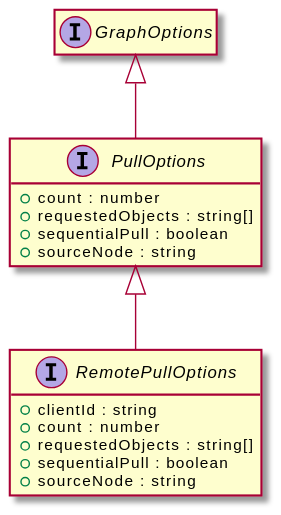
The PlantUML diagram assets/PullOptions-umlClassDiagram-1.svg in OpenHPS/openhps-core, before a commit. Source of this version:
```plantuml
@startuml
skinparam BackgroundColor transparent
hide empty methods
hide empty fields
interface "PullOptions" {
    +count : number
    +requestedObjects : string[]
    +sequentialPull : boolean
    +sourceNode : string
}
interface "GraphOptions" {
}
"GraphOptions" <|-- "PullOptions"
interface "RemotePullOptions" {
    +clientId : string
    +count : number
    +requestedObjects : string[]
    +sequentialPull : boolean
    +sourceNode : string
}
"PullOptions" <|-- "RemotePullOptions"
@enduml
```
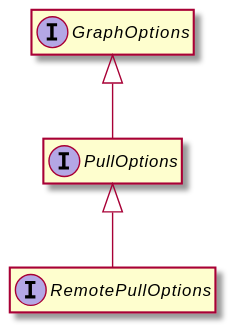
The same file after the commit.

The edit, as a diff of the source:
```diff
@@ -3,20 +3,11 @@
 hide empty methods
 hide empty fields
 interface "PullOptions" {
-    +count : number
-    +requestedObjects : string[]
-    +sequentialPull : boolean
-    +sourceNode : string
 }
 interface "GraphOptions" {
 }
 "GraphOptions" <|-- "PullOptions"
 interface "RemotePullOptions" {
-    +clientId : string
-    +count : number
-    +requestedObjects : string[]
-    +sequentialPull : boolean
-    +sourceNode : string
 }
 "PullOptions" <|-- "RemotePullOptions"
 @enduml
```
